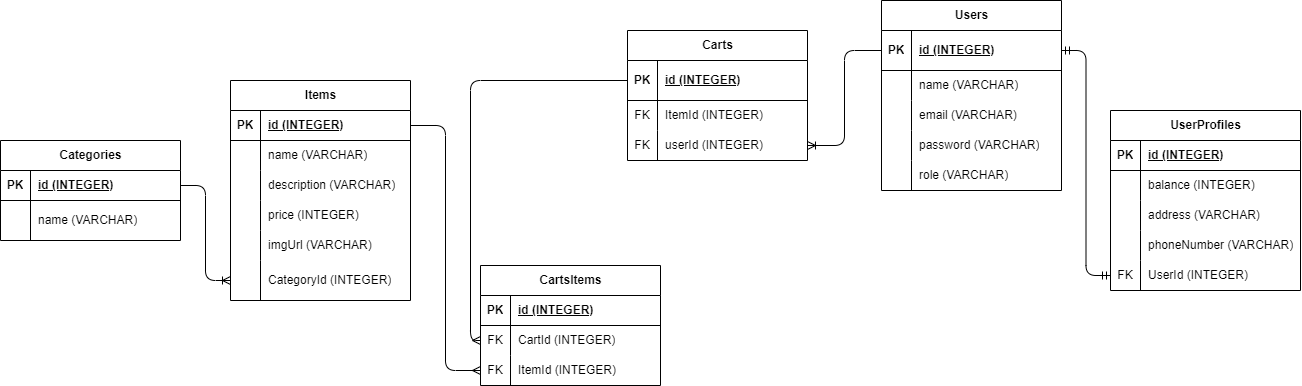
This is erd-marfood.drawio.png from marhanura/marfoodmd, a draw.io export, as it was before one commit. Source tidied: cells renumbered, new cells last; positions are measured from the earlier drawing's top-left corner, leaving out a move shared by most shapes.
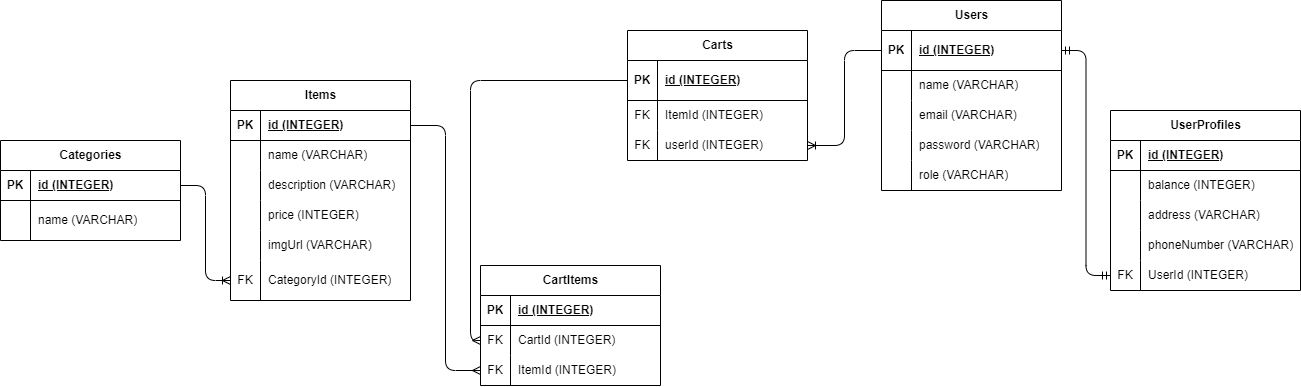
After the change.

Change to the diagram source:
```diff
@@ -53,7 +53,7 @@
     <mxCell id="18" style="shape=tableRow;horizontal=0;startSize=0;swimlaneHead=0;swimlaneBody=0;fillColor=none;points=[[0,0.5],[1,0.5]];portConstraint=eastwest;top=0;left=0;right=0;bottom=0;" parent="2" vertex="1">
       <mxGeometry y="180" width="180" height="40" as="geometry" />
     </mxCell>
-    <mxCell id="19" style="shape=partialRectangle;fillColor=none;top=0;left=0;bottom=0;right=0;overflow=hidden;whiteSpace=wrap;html=1;" parent="18" vertex="1">
+    <mxCell id="19" value="FK" style="shape=partialRectangle;fillColor=none;top=0;left=0;bottom=0;right=0;overflow=hidden;whiteSpace=wrap;html=1;" parent="18" vertex="1">
       <mxGeometry width="30" height="40" as="geometry" />
     </mxCell>
     <mxCell id="20" value="CategoryId (INTEGER)" style="shape=partialRectangle;fillColor=none;top=0;left=0;bottom=0;right=0;align=left;spacingLeft=6;overflow=hidden;whiteSpace=wrap;html=1;" parent="18" vertex="1">
@@ -128,7 +128,7 @@
     <mxCell id="43" value="name (VARCHAR)" style="shape=partialRectangle;fillColor=none;top=0;left=0;bottom=0;right=0;align=left;spacingLeft=6;overflow=hidden;whiteSpace=wrap;html=1;" parent="41" vertex="1">
       <mxGeometry x="30" width="150" height="40" as="geometry" />
     </mxCell>
-    <mxCell id="44" value="CartsItems" style="shape=table;startSize=30;rowLines=0;fontStyle=1;align=center;html=1;" parent="1" vertex="1">
+    <mxCell id="44" value="CartItems" style="shape=table;startSize=30;rowLines=0;fontStyle=1;align=center;html=1;" parent="1" vertex="1">
       <mxGeometry x="480" y="265" width="180" height="120" as="geometry" />
     </mxCell>
     <mxCell id="45" style="shape=tableRow;horizontal=0;startSize=0;swimlaneHead=0;swimlaneBody=0;fillColor=none;top=0;left=0;right=0;bottom=1;" parent="44" vertex="1">
```
